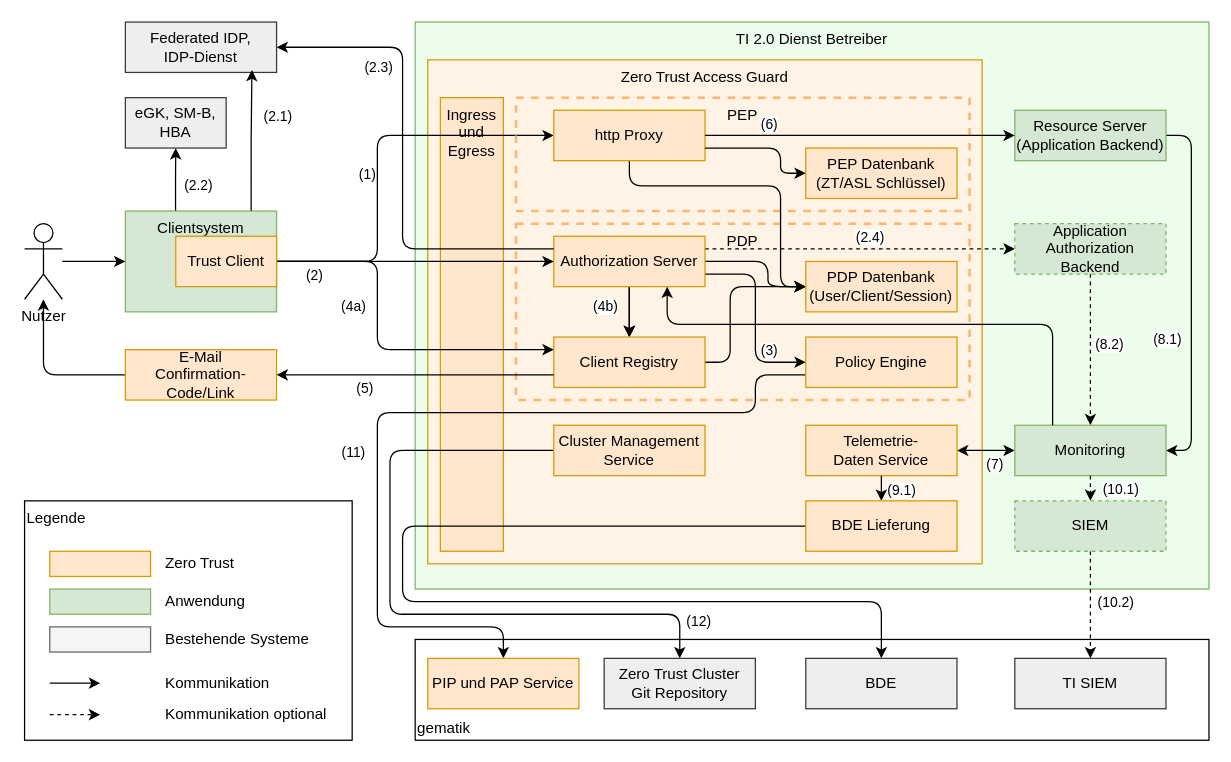
Earlier version of the draw.io diagram src/drawio/Zero-Trust_Architektur.drawio (gematik/spec-t20r). Source tidied: cells renumbered, new cells numbered last; positions are measured from the earlier drawing's top-left corner, leaving out a move shared by most shapes. Both pictures are drawn from the tidied source at 126%, with x=0, y=0 at pixel (24, 21).
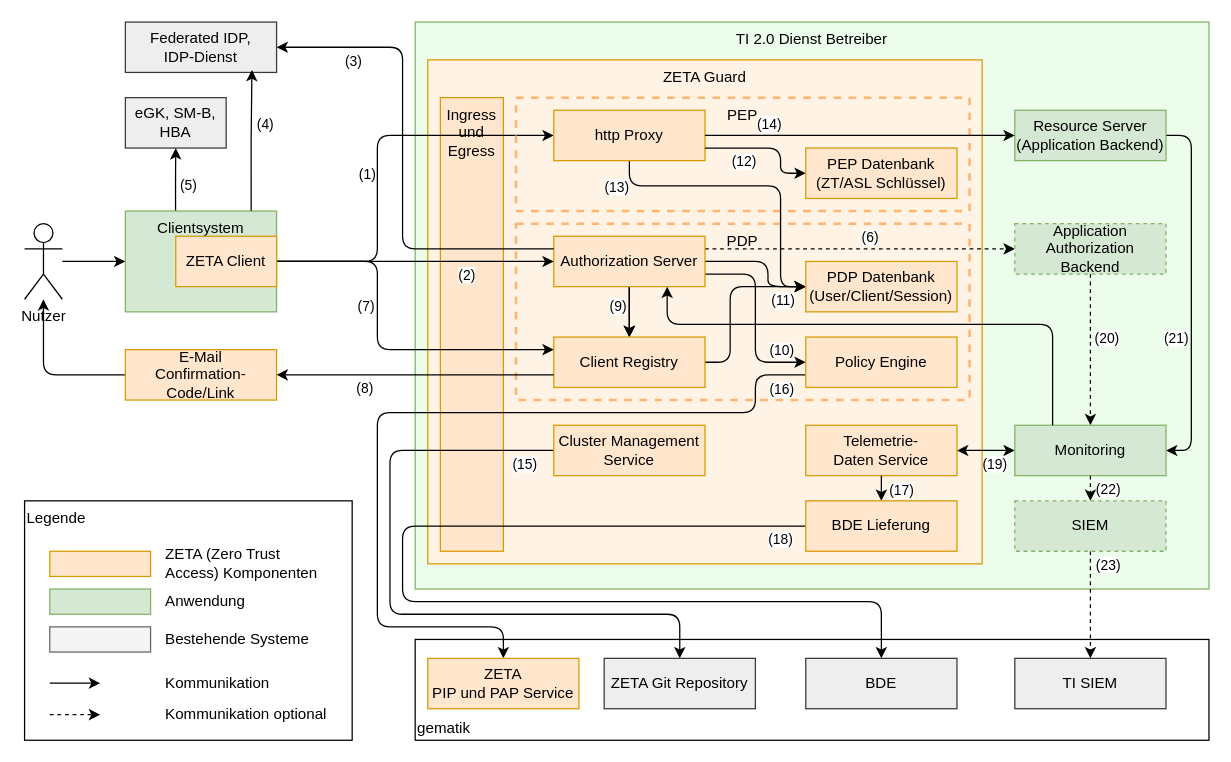
The same page after the edit.

Unchanged cells that the change refers to:
```xml
<mxCell id="8" style="edgeStyle=orthogonalEdgeStyle;rounded=1;jettySize=auto;html=1;entryX=0;entryY=0.5;entryDx=0;entryDy=0;curved=0;enumerate=0;startArrow=none;startFill=0;exitX=1;exitY=0.75;exitDx=0;exitDy=0;" parent="1" edge="1" source="17" target="20">
  <mxGeometry relative="1" as="geometry">
    <Array as="points">
      <mxPoint x="580" y="200" />
      <mxPoint x="580" y="270" />
    </Array>
  </mxGeometry>
</mxCell>
<mxCell id="10" style="edgeStyle=orthogonalEdgeStyle;rounded=0;jettySize=auto;html=1;entryX=0.5;entryY=0;entryDx=0;entryDy=0;" parent="1" edge="1" source="17" target="22">
  <mxGeometry relative="1" as="geometry" />
</mxCell>
<mxCell id="14" style="edgeStyle=orthogonalEdgeStyle;rounded=0;jettySize=auto;html=1;entryX=0;entryY=0.5;entryDx=0;entryDy=0;dashed=1;exitX=1;exitY=0.25;exitDx=0;exitDy=0;" parent="1" edge="1" source="17" target="28">
  <mxGeometry relative="1" as="geometry" />
</mxCell>
<mxCell id="18" style="edgeStyle=orthogonalEdgeStyle;rounded=1;jettySize=auto;html=1;entryX=0.5;entryY=0;entryDx=0;entryDy=0;exitX=0;exitY=0.75;exitDx=0;exitDy=0;curved=0;" parent="1" edge="1" source="20" target="58">
  <mxGeometry relative="1" as="geometry">
    <Array as="points">
      <mxPoint x="580" y="280" />
      <mxPoint x="580" y="310" />
      <mxPoint x="280" y="310" />
      <mxPoint x="280" y="480" />
      <mxPoint x="380" y="480" />
    </Array>
  </mxGeometry>
</mxCell>
<mxCell id="23" style="edgeStyle=orthogonalEdgeStyle;rounded=1;jettySize=auto;html=1;entryX=1;entryY=0.5;entryDx=0;entryDy=0;curved=0;exitX=1;exitY=0.5;exitDx=0;exitDy=0;" parent="1" edge="1" source="25" target="37">
  <mxGeometry relative="1" as="geometry">
    <Array as="points">
      <mxPoint x="926" y="90" />
      <mxPoint x="926" y="340" />
    </Array>
  </mxGeometry>
</mxCell>
<mxCell id="26" style="edgeStyle=orthogonalEdgeStyle;rounded=0;jettySize=auto;html=1;entryX=0.5;entryY=0;entryDx=0;entryDy=0;dashed=1;" parent="1" edge="1" source="28" target="37">
  <mxGeometry relative="1" as="geometry" />
</mxCell>
<mxCell id="29" style="edgeStyle=orthogonalEdgeStyle;rounded=0;jettySize=auto;html=1;startArrow=classic;startFill=1;" parent="1" edge="1" source="31" target="37">
  <mxGeometry relative="1" as="geometry" />
</mxCell>
<mxCell id="32" style="edgeStyle=orthogonalEdgeStyle;rounded=1;jettySize=auto;html=1;entryX=0.5;entryY=0;entryDx=0;entryDy=0;curved=0;exitX=0;exitY=0.5;exitDx=0;exitDy=0;" parent="1" edge="1" source="34" target="60">
  <mxGeometry relative="1" as="geometry">
    <Array as="points">
      <mxPoint x="290" y="340" />
      <mxPoint x="290" y="470" />
      <mxPoint x="520" y="470" />
    </Array>
  </mxGeometry>
</mxCell>
<mxCell id="35" style="edgeStyle=orthogonalEdgeStyle;rounded=1;jettySize=auto;html=1;entryX=0.5;entryY=0;entryDx=0;entryDy=0;curved=0;" parent="1" edge="1" target="52">
  <mxGeometry relative="1" as="geometry">
    <mxPoint x="680" y="360" as="sourcePoint" />
  </mxGeometry>
</mxCell>
<mxCell id="40" style="edgeStyle=orthogonalEdgeStyle;rounded=1;jettySize=auto;html=1;entryX=0.5;entryY=1;entryDx=0;entryDy=0;curved=0;exitX=0.332;exitY=0;exitDx=0;exitDy=0;exitPerimeter=0;" parent="1" edge="1" source="42" target="47">
  <mxGeometry relative="1" as="geometry" />
</mxCell>
<mxCell id="49" style="edgeStyle=orthogonalEdgeStyle;rounded=0;jettySize=auto;html=1;entryX=0.837;entryY=0.95;entryDx=0;entryDy=0;entryPerimeter=0;exitX=0.832;exitY=-0.004;exitDx=0;exitDy=0;exitPerimeter=0;" parent="1" edge="1" source="42" target="48">
  <mxGeometry relative="1" as="geometry" />
</mxCell>
<mxCell id="51" style="edgeStyle=orthogonalEdgeStyle;rounded=1;jettySize=auto;html=1;entryX=0.5;entryY=0;entryDx=0;entryDy=0;exitX=0;exitY=0.5;exitDx=0;exitDy=0;curved=0;" parent="1" edge="1" source="52" target="57">
  <mxGeometry relative="1" as="geometry">
    <Array as="points">
      <mxPoint x="300" y="400" />
      <mxPoint x="300" y="460" />
      <mxPoint x="680" y="460" />
    </Array>
  </mxGeometry>
</mxCell>
<mxCell id="53" style="edgeStyle=orthogonalEdgeStyle;rounded=0;jettySize=auto;html=1;entryX=0.5;entryY=0;entryDx=0;entryDy=0;dashed=1;" parent="1" edge="1" source="89" target="59">
  <mxGeometry relative="1" as="geometry" />
</mxCell>
<mxCell id="55" style="edgeStyle=orthogonalEdgeStyle;rounded=1;jettySize=auto;html=1;entryX=0.5;entryY=0;entryDx=0;entryDy=0;dashed=1;curved=0;exitX=0.5;exitY=1;exitDx=0;exitDy=0;" parent="1" edge="1" source="37" target="89">
  <mxGeometry relative="1" as="geometry" />
</mxCell>
<mxCell id="71" style="edgeStyle=orthogonalEdgeStyle;rounded=0;jettySize=auto;html=1;entryX=0;entryY=0.5;entryDx=0;entryDy=0;" parent="1" edge="1" source="42" target="17">
  <mxGeometry relative="1" as="geometry" />
</mxCell>
<mxCell id="73" style="edgeStyle=orthogonalEdgeStyle;rounded=1;jettySize=auto;html=1;curved=0;exitX=1;exitY=0.5;exitDx=0;exitDy=0;" parent="1" edge="1" source="77" target="22">
  <mxGeometry relative="1" as="geometry">
    <Array as="points">
      <mxPoint x="280" y="190" />
      <mxPoint x="280" y="260" />
    </Array>
  </mxGeometry>
</mxCell>
<mxCell id="75" style="edgeStyle=orthogonalEdgeStyle;rounded=0;jettySize=auto;html=1;entryX=1;entryY=0.5;entryDx=0;entryDy=0;exitX=0;exitY=0.75;exitDx=0;exitDy=0;" parent="1" edge="1" source="22" target="46">
  <mxGeometry relative="1" as="geometry" />
</mxCell>
<mxCell id="79" style="edgeStyle=orthogonalEdgeStyle;rounded=1;jettySize=auto;html=1;curved=0;exitX=0.5;exitY=1;exitDx=0;exitDy=0;" parent="1" edge="1" source="80">
  <mxGeometry relative="1" as="geometry">
    <mxPoint x="620" y="210" as="targetPoint" />
    <Array as="points">
      <mxPoint x="480" y="130" />
      <mxPoint x="600" y="130" />
      <mxPoint x="600" y="210" />
    </Array>
  </mxGeometry>
</mxCell>
<mxCell id="81" style="edgeStyle=orthogonalEdgeStyle;rounded=1;jettySize=auto;html=1;entryX=1;entryY=0.5;entryDx=0;entryDy=0;exitX=0;exitY=0.25;exitDx=0;exitDy=0;curved=0;" parent="1" edge="1" source="17" target="48">
  <mxGeometry relative="1" as="geometry">
    <Array as="points">
      <mxPoint x="300" y="180" />
      <mxPoint x="300" y="20" />
    </Array>
  </mxGeometry>
</mxCell>
<mxCell id="83" style="edgeStyle=orthogonalEdgeStyle;rounded=1;jettySize=auto;html=1;entryX=0;entryY=0.5;entryDx=0;entryDy=0;exitX=1;exitY=0.5;exitDx=0;exitDy=0;curved=0;" parent="1" edge="1" source="80" target="25">
  <mxGeometry relative="1" as="geometry" />
</mxCell>
<mxCell id="87" style="edgeStyle=orthogonalEdgeStyle;rounded=1;jettySize=auto;html=1;curved=0;exitX=1;exitY=0.75;exitDx=0;exitDy=0;entryX=0;entryY=0.5;entryDx=0;entryDy=0;" parent="1" edge="1" source="80" target="86">
  <mxGeometry relative="1" as="geometry">
    <Array as="points">
      <mxPoint x="600" y="100" />
      <mxPoint x="600" y="120" />
    </Array>
  </mxGeometry>
</mxCell>
```

Change to the diagram source:
```diff
@@
-    <mxCell id="3" value="Zero Trust Access Guard" style="rounded=0;whiteSpace=wrap;html=1;align=center;verticalAlign=top;fillColor=#fff3e5;strokeColor=#d79b00;" parent="1" vertex="1">
+    <mxCell id="3" value="ZETA Guard" style="rounded=0;whiteSpace=wrap;html=1;align=center;verticalAlign=top;fillColor=#fff3e5;strokeColor=#d79b00;" parent="1" vertex="1">
       <mxGeometry x="320" y="30" width="440" height="400" as="geometry" />
     </mxCell>
@@
-    <mxCell id="9" value="(3)" style="edgeLabel;html=1;align=center;verticalAlign=middle;" parent="8" vertex="1">
+    <mxCell id="9" value="(10)" style="edgeLabel;html=1;align=center;verticalAlign=middle;" parent="8" vertex="1">
       <mxGeometry x="0.11" y="2" relative="1" as="geometry">
-        <mxPoint x="8" y="17" as="offset" />
+        <mxPoint x="18" y="17" as="offset" />
       </mxGeometry>
     </mxCell>
@@
-    <mxCell id="11" value="(4b)" style="edgeLabel;html=1;align=center;verticalAlign=middle;" parent="10" vertex="1">
+    <mxCell id="11" value="(9)" style="edgeLabel;html=1;align=center;verticalAlign=middle;" parent="10" vertex="1">
       <mxGeometry x="-0.23" relative="1" as="geometry">
-        <mxPoint x="-20" as="offset" />
+        <mxPoint x="-10" as="offset" />
       </mxGeometry>
     </mxCell>
@@
-    <mxCell id="15" value="(2.4)" style="edgeLabel;html=1;align=center;verticalAlign=middle;" parent="14" vertex="1">
+    <mxCell id="15" value="(6)" style="edgeLabel;html=1;align=center;verticalAlign=middle;" parent="14" vertex="1">
       <mxGeometry y="3" relative="1" as="geometry">
         <mxPoint x="7" y="-7" as="offset" />
       </mxGeometry>
     </mxCell>
@@
-    <mxCell id="19" value="(11)" style="edgeLabel;html=1;align=center;verticalAlign=middle;" parent="18" vertex="1">
+    <mxCell id="19" value="(16)" style="edgeLabel;html=1;align=center;verticalAlign=middle;" parent="18" vertex="1">
       <mxGeometry x="0.4" y="-1" relative="1" as="geometry">
-        <mxPoint x="-19" y="-64" as="offset" />
+        <mxPoint x="321" y="-114" as="offset" />
       </mxGeometry>
     </mxCell>
@@
-    <mxCell id="24" value="(8.1)" style="edgeLabel;html=1;align=center;verticalAlign=middle;" parent="23" vertex="1">
+    <mxCell id="24" value="(21)" style="edgeLabel;html=1;align=center;verticalAlign=middle;" parent="23" vertex="1">
       <mxGeometry x="0.08" y="-1" relative="1" as="geometry">
-        <mxPoint x="-19" y="25" as="offset" />
+        <mxPoint x="-12" y="24" as="offset" />
       </mxGeometry>
     </mxCell>
@@
-    <mxCell id="27" value="(8.2)" style="edgeLabel;html=1;align=center;verticalAlign=middle;" parent="26" vertex="1">
+    <mxCell id="27" value="(20)" style="edgeLabel;html=1;align=center;verticalAlign=middle;" parent="26" vertex="1">
       <mxGeometry x="-0.09" y="1" relative="1" as="geometry">
-        <mxPoint x="14" as="offset" />
+        <mxPoint x="12" y="-5" as="offset" />
       </mxGeometry>
     </mxCell>
@@
-    <mxCell id="30" value="(7)" style="edgeLabel;html=1;align=center;verticalAlign=middle;" parent="29" vertex="1">
+    <mxCell id="30" value="(19)" style="edgeLabel;html=1;align=center;verticalAlign=middle;" parent="29" vertex="1">
       <mxGeometry x="0.11" y="-2" relative="1" as="geometry">
         <mxPoint x="4" y="8" as="offset" />
       </mxGeometry>
     </mxCell>
@@
-    <mxCell id="33" value="(12)" style="edgeLabel;html=1;align=center;verticalAlign=middle;" parent="32" vertex="1">
-      <mxGeometry x="0.49" y="1" relative="1" as="geometry">
-        <mxPoint x="113" y="6" as="offset" />
-      </mxGeometry>
-    </mxCell>
+    <mxCell id="90" value="(15)" style="edgeLabel;html=1;align=center;verticalAlign=middle;" parent="32" vertex="1">
+      <mxGeometry x="-0.91" y="1" relative="1" as="geometry">
+        <mxPoint y="9" as="offset" />
+      </mxGeometry>
+    </mxCell>
@@
-    <mxCell id="36" value="(9.1)" style="edgeLabel;html=1;align=center;verticalAlign=middle;" parent="35" vertex="1">
+    <mxCell id="36" value="(17)" style="edgeLabel;html=1;align=center;verticalAlign=middle;" parent="35" vertex="1">
       <mxGeometry x="0.39" y="1" relative="1" as="geometry">
         <mxPoint x="14" y="-3" as="offset" />
       </mxGeometry>
     </mxCell>
@@
-    <mxCell id="41" value="(2.2)" style="edgeLabel;html=1;align=center;verticalAlign=middle;" parent="40" vertex="1">
+    <mxCell id="41" value="(5)" style="edgeLabel;html=1;align=center;verticalAlign=middle;" parent="40" vertex="1">
       <mxGeometry x="-0.17" y="1" relative="1" as="geometry">
-        <mxPoint x="19" as="offset" />
+        <mxPoint x="11" as="offset" />
       </mxGeometry>
     </mxCell>
@@
-    <mxCell id="50" value="(2.1)" style="edgeLabel;html=1;align=center;verticalAlign=middle;" parent="49" vertex="1">
+    <mxCell id="50" value="(4)" style="edgeLabel;html=1;align=center;verticalAlign=middle;" parent="49" vertex="1">
       <mxGeometry x="0.18" y="1" relative="1" as="geometry">
-        <mxPoint x="21" y="-10" as="offset" />
+        <mxPoint x="11" y="-4" as="offset" />
       </mxGeometry>
     </mxCell>
@@
+    <mxCell id="91" value="(18)" style="edgeLabel;html=1;align=center;verticalAlign=middle;" parent="51" vertex="1">
+      <mxGeometry x="-0.73" relative="1" as="geometry">
+        <mxPoint x="88" y="10" as="offset" />
+      </mxGeometry>
+    </mxCell>
@@
-    <mxCell id="54" value="(10.2)" style="edgeLabel;html=1;align=center;verticalAlign=middle;" parent="53" vertex="1">
+    <mxCell id="54" value="(23)" style="edgeLabel;html=1;align=center;verticalAlign=middle;" parent="53" vertex="1">
       <mxGeometry relative="1" as="geometry">
-        <mxPoint x="20" y="-3" as="offset" />
+        <mxPoint x="14" y="-33" as="offset" />
       </mxGeometry>
     </mxCell>
@@
-    <mxCell id="56" value="(10.1)" style="edgeLabel;html=1;align=center;verticalAlign=middle;" parent="55" vertex="1">
+    <mxCell id="56" value="(22)" style="edgeLabel;html=1;align=center;verticalAlign=middle;" parent="55" vertex="1">
       <mxGeometry x="-0.05" relative="1" as="geometry">
-        <mxPoint x="24" as="offset" />
+        <mxPoint x="14" as="offset" />
       </mxGeometry>
     </mxCell>
@@
-    <mxCell id="58" value="PIP und PAP Service" style="rounded=0;whiteSpace=wrap;html=1;fillColor=#ffe6cc;strokeColor=#d79b00;" parent="1" vertex="1">
+    <mxCell id="58" value="&lt;div&gt;ZETA&lt;/div&gt;PIP und PAP Service" style="rounded=0;whiteSpace=wrap;html=1;fillColor=#ffe6cc;strokeColor=#d79b00;" parent="1" vertex="1">
       <mxGeometry x="320" y="505" width="120" height="40" as="geometry" />
     </mxCell>
@@
-    <mxCell id="60" value="Zero Trust Cluster Git&amp;nbsp;&lt;span style=&quot;background-color: initial;&quot;&gt;Repository&lt;/span&gt;" style="rounded=0;whiteSpace=wrap;html=1;fillColor=#eeeeee;strokeColor=#36393d;" parent="1" vertex="1">
+    <mxCell id="60" value="ZETA Git&amp;nbsp;&lt;span style=&quot;background-color: initial;&quot;&gt;Repository&lt;/span&gt;" style="rounded=0;whiteSpace=wrap;html=1;fillColor=#eeeeee;strokeColor=#36393d;" parent="1" vertex="1">
       <mxGeometry x="460" y="505" width="120" height="40" as="geometry" />
     </mxCell>
@@
-    <mxCell id="62" value="Zero Trust" style="text;html=1;align=left;verticalAlign=middle;whiteSpace=wrap;rounded=0;" parent="1" vertex="1">
+    <mxCell id="62" value="ZETA (Zero Trust Access) Komponenten" style="text;html=1;align=left;verticalAlign=middle;whiteSpace=wrap;rounded=0;" parent="1" vertex="1">
       <mxGeometry x="110" y="420" width="130" height="20" as="geometry" />
     </mxCell>
@@
     <mxCell id="72" value="(2)" style="edgeLabel;html=1;align=center;verticalAlign=middle;" parent="71" vertex="1">
       <mxGeometry x="-0.47" y="-3" relative="1" as="geometry">
-        <mxPoint x="-29" y="7" as="offset" />
+        <mxPoint x="92" y="7" as="offset" />
       </mxGeometry>
     </mxCell>
@@
-    <mxCell id="74" value="(4a)" style="edgeLabel;html=1;align=center;verticalAlign=middle;" parent="73" vertex="1">
+    <mxCell id="74" value="(7)" style="edgeLabel;html=1;align=center;verticalAlign=middle;" parent="73" vertex="1">
       <mxGeometry x="0.2" y="-1" relative="1" as="geometry">
-        <mxPoint x="-44" y="-36" as="offset" />
+        <mxPoint x="-34" y="-36" as="offset" />
       </mxGeometry>
     </mxCell>
@@
-    <mxCell id="76" value="(5)" style="edgeLabel;html=1;align=center;verticalAlign=middle;" parent="75" vertex="1">
+    <mxCell id="76" value="(8)" style="edgeLabel;html=1;align=center;verticalAlign=middle;" parent="75" vertex="1">
       <mxGeometry x="0.38" y="1" relative="1" as="geometry">
         <mxPoint x="1" y="9" as="offset" />
       </mxGeometry>
     </mxCell>
-    <mxCell id="77" value="Trust Client" style="rounded=0;whiteSpace=wrap;html=1;fillColor=#ffe6cc;strokeColor=#d79b00;" parent="1" vertex="1">
+    <mxCell id="77" value="ZETA Client" style="rounded=0;whiteSpace=wrap;html=1;fillColor=#ffe6cc;strokeColor=#d79b00;" parent="1" vertex="1">
       <mxGeometry x="120" y="170" width="80" height="40" as="geometry" />
     </mxCell>
@@
+    <mxCell id="92" value="(11)" style="edgeLabel;html=1;align=center;verticalAlign=middle;" parent="79" vertex="1">
+      <mxGeometry x="0.9" y="1" relative="1" as="geometry">
+        <mxPoint x="-7" y="11" as="offset" />
+      </mxGeometry>
+    </mxCell>
+    <mxCell id="93" value="(13)" style="edgeLabel;html=1;align=center;verticalAlign=middle;" parent="79" vertex="1">
+      <mxGeometry x="-0.28" y="1" relative="1" as="geometry">
+        <mxPoint x="-77" y="1" as="offset" />
+      </mxGeometry>
+    </mxCell>
@@
-    <mxCell id="82" value="(2.3)" style="edgeLabel;html=1;align=center;verticalAlign=middle;" parent="81" vertex="1">
+    <mxCell id="82" value="(3)" style="edgeLabel;html=1;align=center;verticalAlign=middle;" parent="81" vertex="1">
       <mxGeometry y="1" relative="1" as="geometry">
-        <mxPoint x="-19" y="-75" as="offset" />
+        <mxPoint x="-39" y="-80" as="offset" />
       </mxGeometry>
     </mxCell>
@@
-    <mxCell id="84" value="(6)" style="edgeLabel;html=1;align=center;verticalAlign=middle;" parent="83" vertex="1">
+    <mxCell id="84" value="(14)" style="edgeLabel;html=1;align=center;verticalAlign=middle;" parent="83" vertex="1">
       <mxGeometry x="-0.4" y="1" relative="1" as="geometry">
         <mxPoint x="-24" y="-9" as="offset" />
       </mxGeometry>
     </mxCell>
@@
+    <mxCell id="33" value="(12)" style="edgeLabel;html=1;align=center;verticalAlign=middle;" parent="87" vertex="1">
+      <mxGeometry x="-0.22" y="-2" relative="1" as="geometry">
+        <mxPoint x="-9" y="8" as="offset" />
+      </mxGeometry>
+    </mxCell>
```
